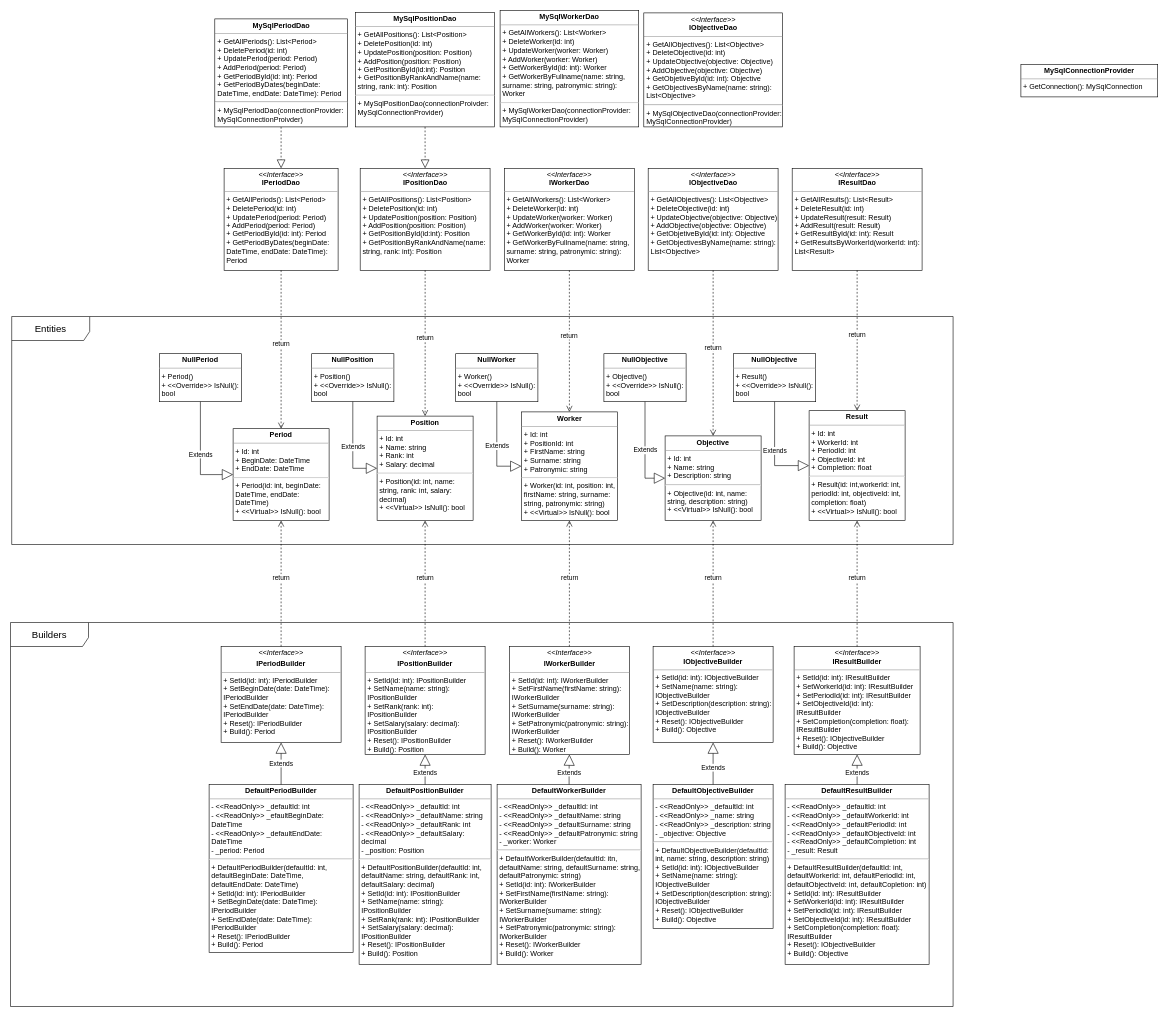
This is TaPP_First_Practice_Design.drawio from Mehanari/TaPP_Designs, a draw.io file, before an edit. Source tidied: cells renumbered, new cells numbered last; positions are measured from the earlier drawing's top-left corner, leaving out a move shared by most shapes. Both pictures are drawn from the tidied source at 60%, with x=0, y=0 at pixel (10, 10).
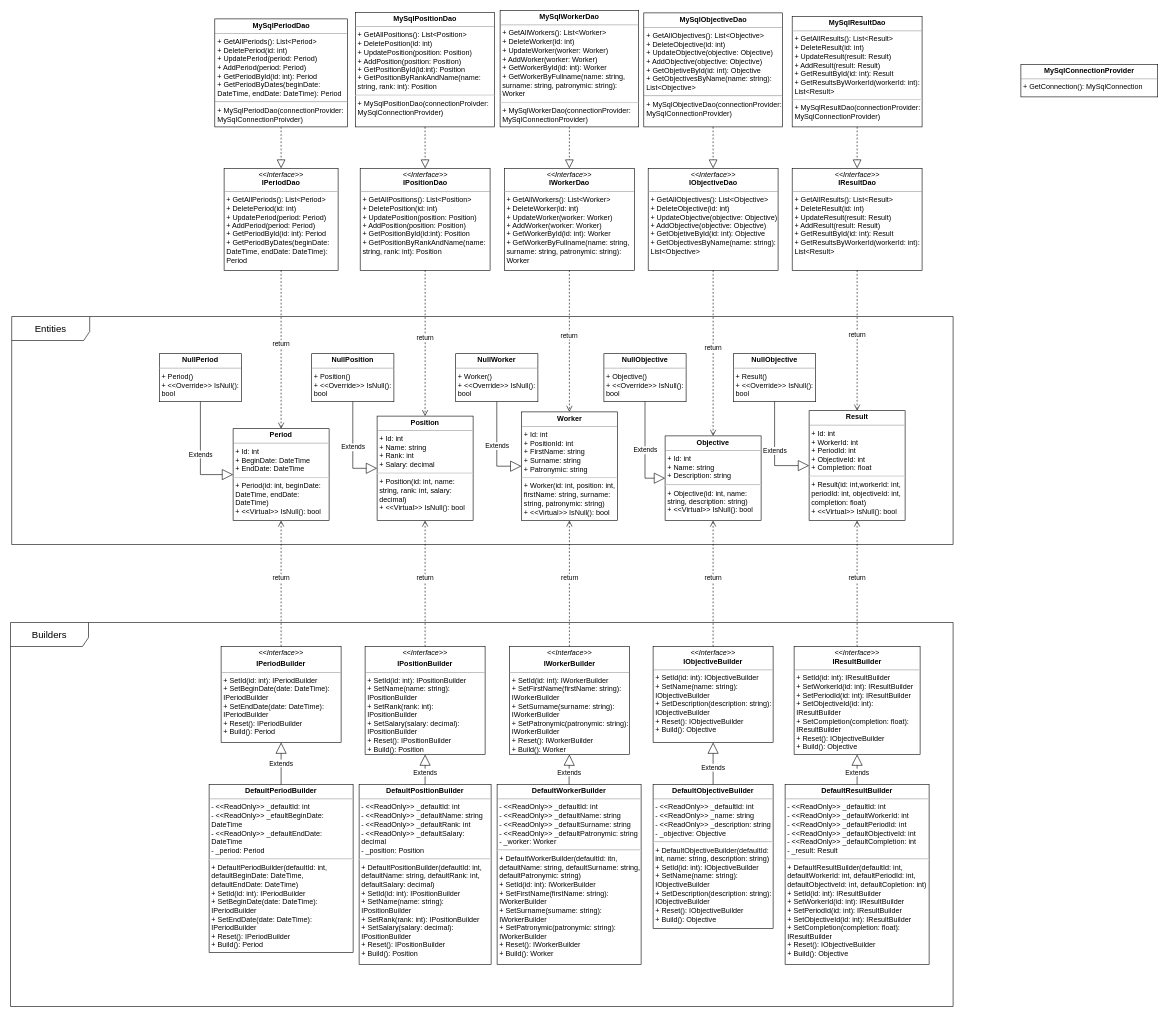
The same diagram, later.

The change refers to these unchanged cells:
```xml
<mxCell id="41" value="&lt;p style=&quot;margin:0px;margin-top:4px;text-align:center;&quot;&gt;&lt;i&gt;&amp;lt;&amp;lt;Interface&amp;gt;&amp;gt;&lt;/i&gt;&lt;br&gt;&lt;b&gt;IWorkerDao&lt;/b&gt;&lt;/p&gt;&lt;hr size=&quot;1&quot;&gt;&lt;p style=&quot;margin:0px;margin-left:4px;&quot;&gt;+ GetAllWorkers(): List&amp;lt;Worker&amp;gt;&lt;/p&gt;&lt;p style=&quot;margin:0px;margin-left:4px;&quot;&gt;+ DeleteWorker(id: int)&lt;/p&gt;&lt;p style=&quot;margin:0px;margin-left:4px;&quot;&gt;+ UpdateWorker(worker: Worker)&lt;/p&gt;&lt;p style=&quot;margin:0px;margin-left:4px;&quot;&gt;+ AddWorker(worker: Worker)&lt;/p&gt;&lt;p style=&quot;margin:0px;margin-left:4px;&quot;&gt;+ GetWorkerById(id: int): Worker&lt;/p&gt;&lt;p style=&quot;margin:0px;margin-left:4px;&quot;&gt;+ GetWorkerByFullname(name: string, surname: string, patronymic: string): Worker&lt;/p&gt;" style="verticalAlign=top;align=left;overflow=fill;fontSize=12;fontFamily=Helvetica;html=1;whiteSpace=wrap;" parent="1" vertex="1">
  <mxGeometry x="823.2" y="263" width="216.5" height="170" as="geometry" />
</mxCell>
<mxCell id="42" value="&lt;p style=&quot;margin:0px;margin-top:4px;text-align:center;&quot;&gt;&lt;i&gt;&amp;lt;&amp;lt;Interface&amp;gt;&amp;gt;&lt;/i&gt;&lt;br&gt;&lt;b&gt;IObjectiveDao&lt;/b&gt;&lt;/p&gt;&lt;hr size=&quot;1&quot;&gt;&lt;p style=&quot;margin:0px;margin-left:4px;&quot;&gt;+ GetAllObjectives(): List&amp;lt;Objective&amp;gt;&lt;/p&gt;&lt;p style=&quot;margin:0px;margin-left:4px;&quot;&gt;+ DeleteObjective(id: int)&lt;/p&gt;&lt;p style=&quot;margin:0px;margin-left:4px;&quot;&gt;+ UpdateObjective(objective: Objective)&lt;/p&gt;&lt;p style=&quot;margin:0px;margin-left:4px;&quot;&gt;+ AddObjective(objective: Objective)&lt;/p&gt;&lt;p style=&quot;margin:0px;margin-left:4px;&quot;&gt;+ GetObjetiveById(id: int): Objective&lt;/p&gt;&lt;p style=&quot;margin:0px;margin-left:4px;&quot;&gt;+ GetObjectivesByName(name: string): List&amp;lt;Objective&amp;gt;&lt;/p&gt;" style="verticalAlign=top;align=left;overflow=fill;fontSize=12;fontFamily=Helvetica;html=1;whiteSpace=wrap;" parent="1" vertex="1">
  <mxGeometry x="1062.8" y="263" width="216.5" height="170" as="geometry" />
</mxCell>
<mxCell id="47" value="&lt;p style=&quot;margin:0px;margin-top:4px;text-align:center;&quot;&gt;&lt;i&gt;&amp;lt;&amp;lt;Interface&amp;gt;&amp;gt;&lt;/i&gt;&lt;br&gt;&lt;b&gt;IResultDao&lt;/b&gt;&lt;/p&gt;&lt;hr size=&quot;1&quot;&gt;&lt;p style=&quot;margin:0px;margin-left:4px;&quot;&gt;+ GetAllResults(): List&amp;lt;Result&amp;gt;&lt;/p&gt;&lt;p style=&quot;margin:0px;margin-left:4px;&quot;&gt;+ DeleteResult(id: int)&lt;/p&gt;&lt;p style=&quot;margin:0px;margin-left:4px;&quot;&gt;+ UpdateResult(result: Result)&lt;/p&gt;&lt;p style=&quot;margin:0px;margin-left:4px;&quot;&gt;+ AddResult(result: Result)&lt;/p&gt;&lt;p style=&quot;margin:0px;margin-left:4px;&quot;&gt;+ GetResultById(id: int): Result&lt;/p&gt;&lt;p style=&quot;margin:0px;margin-left:4px;&quot;&gt;+ GetResultsByWorkerId(workerId: int): List&amp;lt;Result&amp;gt;&lt;/p&gt;" style="verticalAlign=top;align=left;overflow=fill;fontSize=12;fontFamily=Helvetica;html=1;whiteSpace=wrap;" parent="1" vertex="1">
  <mxGeometry x="1302.8" y="263" width="216.5" height="170" as="geometry" />
</mxCell>
<mxCell id="54" value="&lt;p style=&quot;margin:0px;margin-top:4px;text-align:center;&quot;&gt;&lt;b&gt;MySqlWorkerDao&lt;/b&gt;&lt;/p&gt;&lt;hr size=&quot;1&quot;&gt;&lt;p style=&quot;margin:0px;margin-left:4px;&quot;&gt;+ GetAllWorkers(): List&amp;lt;Worker&amp;gt;&lt;/p&gt;&lt;p style=&quot;margin:0px;margin-left:4px;&quot;&gt;+ DeleteWorker(id: int)&lt;/p&gt;&lt;p style=&quot;margin:0px;margin-left:4px;&quot;&gt;+ UpdateWorker(worker: Worker)&lt;/p&gt;&lt;p style=&quot;margin:0px;margin-left:4px;&quot;&gt;+ AddWorker(worker: Worker)&lt;/p&gt;&lt;p style=&quot;margin:0px;margin-left:4px;&quot;&gt;+ GetWorkerById(id: int): Worker&lt;/p&gt;&lt;p style=&quot;margin:0px;margin-left:4px;&quot;&gt;+ GetWorkerByFullname(name: string, surname: string, patronymic: string): Worker&lt;/p&gt;&lt;hr&gt;&lt;p style=&quot;margin:0px;margin-left:4px;&quot;&gt;+ MySqlWorkerDao(connectionProvider: MySqlConnectionProvider)&lt;/p&gt;" style="verticalAlign=top;align=left;overflow=fill;fontSize=12;fontFamily=Helvetica;html=1;whiteSpace=wrap;" parent="1" vertex="1">
  <mxGeometry x="816" width="231" height="194" as="geometry" />
</mxCell>
```

Change to the diagram source:
```diff
@@
-    <mxCell id="55" value="&lt;p style=&quot;margin:0px;margin-top:4px;text-align:center;&quot;&gt;&lt;i&gt;&amp;lt;&amp;lt;Interface&amp;gt;&amp;gt;&lt;/i&gt;&lt;br&gt;&lt;b&gt;IObjectiveDao&lt;/b&gt;&lt;/p&gt;&lt;hr size=&quot;1&quot;&gt;&lt;p style=&quot;margin:0px;margin-left:4px;&quot;&gt;+ GetAllObjectives(): List&amp;lt;Objective&amp;gt;&lt;/p&gt;&lt;p style=&quot;margin:0px;margin-left:4px;&quot;&gt;+ DeleteObjective(id: int)&lt;/p&gt;&lt;p style=&quot;margin:0px;margin-left:4px;&quot;&gt;+ UpdateObjective(objective: Objective)&lt;/p&gt;&lt;p style=&quot;margin:0px;margin-left:4px;&quot;&gt;+ AddObjective(objective: Objective)&lt;/p&gt;&lt;p style=&quot;margin:0px;margin-left:4px;&quot;&gt;+ GetObjetiveById(id: int): Objective&lt;/p&gt;&lt;p style=&quot;margin:0px;margin-left:4px;&quot;&gt;+ GetObjectivesByName(name: string): List&amp;lt;Objective&amp;gt;&lt;/p&gt;&lt;hr&gt;&lt;p style=&quot;margin:0px;margin-left:4px;&quot;&gt;+ MySqlObjectiveDao(connectionProvider: MySqlConnectionProvider)&lt;/p&gt;" style="verticalAlign=top;align=left;overflow=fill;fontSize=12;fontFamily=Helvetica;html=1;whiteSpace=wrap;" parent="1" vertex="1">
+    <mxCell id="55" value="&lt;p style=&quot;margin:0px;margin-top:4px;text-align:center;&quot;&gt;&lt;b&gt;MySqlObjectiveDao&lt;/b&gt;&lt;/p&gt;&lt;hr size=&quot;1&quot;&gt;&lt;p style=&quot;margin:0px;margin-left:4px;&quot;&gt;+ GetAllObjectives(): List&amp;lt;Objective&amp;gt;&lt;/p&gt;&lt;p style=&quot;margin:0px;margin-left:4px;&quot;&gt;+ DeleteObjective(id: int)&lt;/p&gt;&lt;p style=&quot;margin:0px;margin-left:4px;&quot;&gt;+ UpdateObjective(objective: Objective)&lt;/p&gt;&lt;p style=&quot;margin:0px;margin-left:4px;&quot;&gt;+ AddObjective(objective: Objective)&lt;/p&gt;&lt;p style=&quot;margin:0px;margin-left:4px;&quot;&gt;+ GetObjetiveById(id: int): Objective&lt;/p&gt;&lt;p style=&quot;margin:0px;margin-left:4px;&quot;&gt;+ GetObjectivesByName(name: string): List&amp;lt;Objective&amp;gt;&lt;/p&gt;&lt;hr&gt;&lt;p style=&quot;margin:0px;margin-left:4px;&quot;&gt;+ MySqlObjectiveDao(connectionProvider: MySqlConnectionProvider)&lt;/p&gt;" style="verticalAlign=top;align=left;overflow=fill;fontSize=12;fontFamily=Helvetica;html=1;whiteSpace=wrap;" parent="1" vertex="1">
       <mxGeometry x="1055.5" y="4" width="231" height="190" as="geometry" />
     </mxCell>
+    <mxCell id="56" value="&lt;p style=&quot;margin:0px;margin-top:4px;text-align:center;&quot;&gt;&lt;b&gt;MySqlResultDao&lt;/b&gt;&lt;/p&gt;&lt;hr size=&quot;1&quot;&gt;&lt;p style=&quot;margin:0px;margin-left:4px;&quot;&gt;+ GetAllResults(): List&amp;lt;Result&amp;gt;&lt;/p&gt;&lt;p style=&quot;margin:0px;margin-left:4px;&quot;&gt;+ DeleteResult(id: int)&lt;/p&gt;&lt;p style=&quot;margin:0px;margin-left:4px;&quot;&gt;+ UpdateResult(result: Result)&lt;/p&gt;&lt;p style=&quot;margin:0px;margin-left:4px;&quot;&gt;+ AddResult(result: Result)&lt;/p&gt;&lt;p style=&quot;margin:0px;margin-left:4px;&quot;&gt;+ GetResultById(id: int): Result&lt;/p&gt;&lt;p style=&quot;margin:0px;margin-left:4px;&quot;&gt;+ GetResultsByWorkerId(workerId: int): List&amp;lt;Result&amp;gt;&lt;/p&gt;&lt;hr&gt;&lt;p style=&quot;margin:0px;margin-left:4px;&quot;&gt;+ MySqlResultDao(connectionProvider: MySqlConnectionProvider)&lt;/p&gt;" style="verticalAlign=top;align=left;overflow=fill;fontSize=12;fontFamily=Helvetica;html=1;whiteSpace=wrap;" parent="1" vertex="1">
+      <mxGeometry x="1302.8" y="10" width="216.5" height="184" as="geometry" />
+    </mxCell>
+    <mxCell id="57" style="endArrow=block;dashed=1;endFill=0;endSize=12;html=1;rounded=0;exitX=0.5;exitY=1;exitDx=0;exitDy=0;entryX=0.5;entryY=0;entryDx=0;entryDy=0;edgeStyle=orthogonalEdgeStyle;" parent="1" edge="1" source="54" target="41">
+      <mxGeometry relative="1" as="geometry" />
+    </mxCell>
+    <mxCell id="58" style="endArrow=block;dashed=1;endFill=0;endSize=12;html=1;rounded=0;exitX=0.5;exitY=1;exitDx=0;exitDy=0;entryX=0.5;entryY=0;entryDx=0;entryDy=0;edgeStyle=orthogonalEdgeStyle;" parent="1" edge="1" source="55" target="42">
+      <mxGeometry relative="1" as="geometry" />
+    </mxCell>
+    <mxCell id="59" style="endArrow=block;dashed=1;endFill=0;endSize=12;html=1;rounded=0;exitX=0.5;exitY=1;exitDx=0;exitDy=0;entryX=0.5;entryY=0;entryDx=0;entryDy=0;edgeStyle=orthogonalEdgeStyle;" parent="1" edge="1" source="56" target="47">
+      <mxGeometry relative="1" as="geometry" />
+    </mxCell>
```
